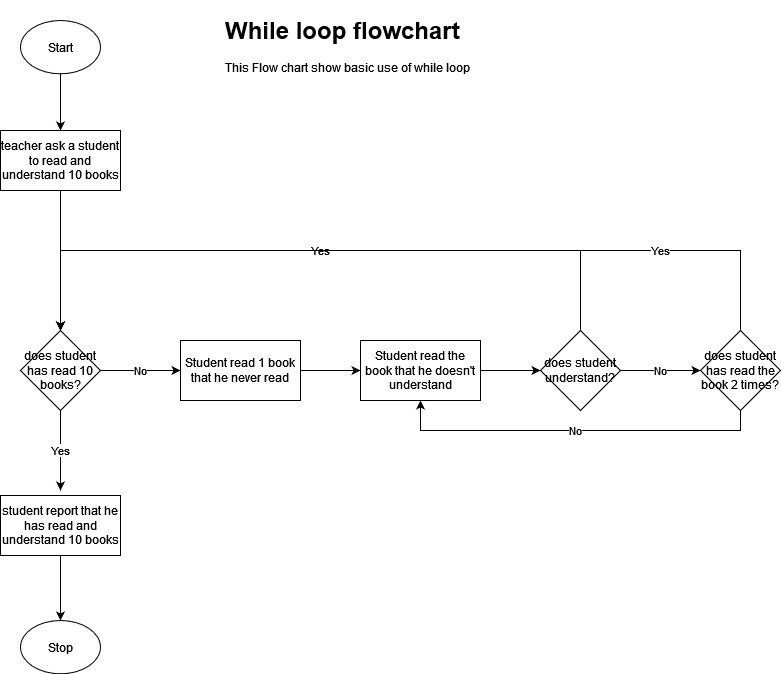
Earlier version of the draw.io export while loop flowchart.png (HaritsAcheiz/python_fundamental). Source tidied: cells renumbered, new cells last; positions are measured from the earlier drawing's top-left corner, leaving out a move shared by most shapes. Source of this version:
```xml
<mxGraphModel>
  <root>
    <mxCell id="0" />
    <mxCell id="1" parent="0" />
    <mxCell id="2" style="edgeStyle=orthogonalEdgeStyle;rounded=0;jettySize=auto;html=1;" parent="1" edge="1" source="3" target="5">
      <mxGeometry relative="1" as="geometry" />
    </mxCell>
    <mxCell id="3" value="Start" style="ellipse;whiteSpace=wrap;html=1;" parent="1" vertex="1">
      <mxGeometry x="20" y="10" width="80" height="53.3" as="geometry" />
    </mxCell>
    <mxCell id="4" style="edgeStyle=none;rounded=0;jettySize=auto;html=1;exitX=0.5;exitY=1;exitDx=0;exitDy=0;entryX=0.5;entryY=0;entryDx=0;entryDy=0;" parent="1" edge="1" source="5" target="8">
      <mxGeometry relative="1" as="geometry" />
    </mxCell>
    <mxCell id="5" value="teacher ask a student to read and understand 10 books" style="rounded=0;whiteSpace=wrap;html=1;" parent="1" vertex="1">
      <mxGeometry y="120" width="120" height="60" as="geometry" />
    </mxCell>
    <mxCell id="6" value="No" style="edgeStyle=orthogonalEdgeStyle;rounded=0;jettySize=auto;html=1;" parent="1" edge="1" source="8" target="10">
      <mxGeometry relative="1" as="geometry" />
    </mxCell>
    <mxCell id="7" value="Yes" style="edgeStyle=none;rounded=0;jettySize=auto;html=1;" parent="1" edge="1" source="8">
      <mxGeometry relative="1" as="geometry">
        <mxPoint x="60" y="480" as="targetPoint" />
      </mxGeometry>
    </mxCell>
    <mxCell id="8" value="does student has read 10 books?" style="rhombus;whiteSpace=wrap;html=1;" parent="1" vertex="1">
      <mxGeometry x="20" y="320" width="80" height="80" as="geometry" />
    </mxCell>
    <mxCell id="9" style="edgeStyle=orthogonalEdgeStyle;rounded=0;jettySize=auto;html=1;" parent="1" edge="1" source="10" target="22">
      <mxGeometry relative="1" as="geometry" />
    </mxCell>
    <mxCell id="10" value="Student read 1 book that he never read" style="rounded=0;whiteSpace=wrap;html=1;" parent="1" vertex="1">
      <mxGeometry x="180" y="330" width="120" height="60" as="geometry" />
    </mxCell>
    <mxCell id="11" style="edgeStyle=orthogonalEdgeStyle;rounded=0;jettySize=auto;html=1;" parent="1" edge="1" source="12" target="17">
      <mxGeometry relative="1" as="geometry" />
    </mxCell>
    <mxCell id="12" value="student report that he has read and understand 10 books" style="rounded=0;whiteSpace=wrap;html=1;" parent="1" vertex="1">
      <mxGeometry y="485" width="120" height="60" as="geometry" />
    </mxCell>
    <mxCell id="13" value="Yes" style="edgeStyle=orthogonalEdgeStyle;rounded=0;jettySize=auto;html=1;exitX=0.5;exitY=0;exitDx=0;exitDy=0;entryX=0.5;entryY=0;entryDx=0;entryDy=0;" parent="1" edge="1" source="15" target="8">
      <mxGeometry relative="1" as="geometry">
        <Array as="points">
          <mxPoint x="580" y="240" />
          <mxPoint x="60" y="240" />
        </Array>
      </mxGeometry>
    </mxCell>
    <mxCell id="14" value="No" style="edgeStyle=orthogonalEdgeStyle;rounded=0;jettySize=auto;html=1;" parent="1" edge="1" source="15" target="20">
      <mxGeometry relative="1" as="geometry" />
    </mxCell>
    <mxCell id="15" value="does student understand?" style="rhombus;whiteSpace=wrap;html=1;" parent="1" vertex="1">
      <mxGeometry x="540" y="320" width="80" height="80" as="geometry" />
    </mxCell>
    <mxCell id="16" value="&lt;h1&gt;While loop flowchart&lt;br&gt;&lt;/h1&gt;&lt;p&gt;This Flow chart show basic use of while loop&lt;br&gt;&lt;/p&gt;" style="text;html=1;strokeColor=none;fillColor=none;spacing=5;spacingTop=-20;whiteSpace=wrap;overflow=hidden;rounded=0;" parent="1" vertex="1">
      <mxGeometry x="220" width="480" height="120" as="geometry" />
    </mxCell>
    <mxCell id="17" value="Stop" style="ellipse;whiteSpace=wrap;html=1;" parent="1" vertex="1">
      <mxGeometry x="20" y="610" width="80" height="53.3" as="geometry" />
    </mxCell>
    <mxCell id="18" value="Yes" style="edgeStyle=orthogonalEdgeStyle;rounded=0;jettySize=auto;html=1;exitX=0.5;exitY=0;exitDx=0;exitDy=0;entryX=0.5;entryY=0;entryDx=0;entryDy=0;" parent="1" edge="1" source="20" target="8">
      <mxGeometry x="-0.62" relative="1" as="geometry">
        <Array as="points">
          <mxPoint x="740" y="240" />
          <mxPoint x="60" y="240" />
        </Array>
      </mxGeometry>
    </mxCell>
    <mxCell id="19" value="No" style="edgeStyle=orthogonalEdgeStyle;rounded=0;jettySize=auto;html=1;exitX=0.5;exitY=1;exitDx=0;exitDy=0;entryX=0.5;entryY=1;entryDx=0;entryDy=0;" parent="1" edge="1" source="20" target="22">
      <mxGeometry relative="1" as="geometry" />
    </mxCell>
    <mxCell id="20" value="does student has read the book 2 times?" style="rhombus;whiteSpace=wrap;html=1;" parent="1" vertex="1">
      <mxGeometry x="700" y="320" width="80" height="80" as="geometry" />
    </mxCell>
    <mxCell id="21" style="edgeStyle=orthogonalEdgeStyle;rounded=0;jettySize=auto;html=1;" parent="1" edge="1" source="22" target="15">
      <mxGeometry relative="1" as="geometry" />
    </mxCell>
    <mxCell id="22" value="Student read the book that he doesn't understand" style="rounded=0;whiteSpace=wrap;html=1;" parent="1" vertex="1">
      <mxGeometry x="360" y="330" width="120" height="60" as="geometry" />
    </mxCell>
  </root>
</mxGraphModel>
```
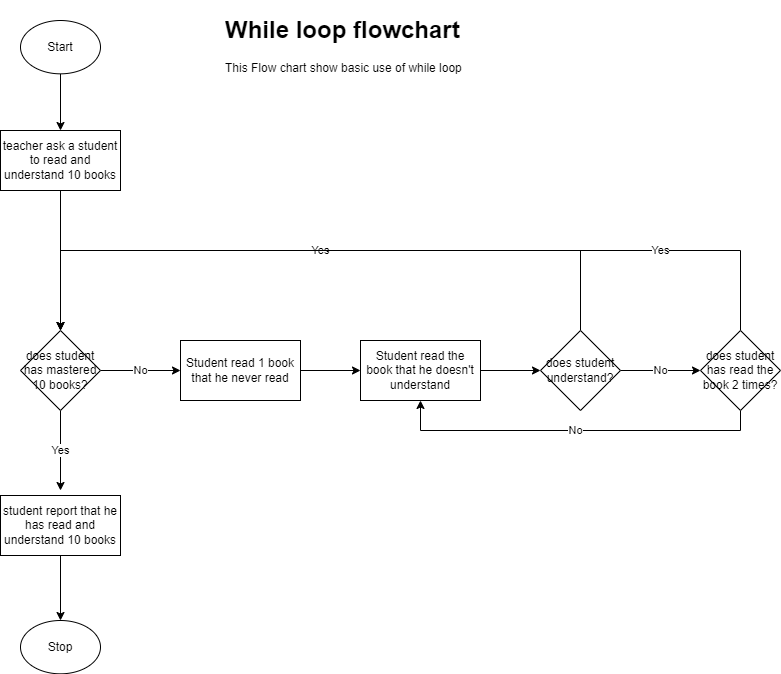
Above is the later version.

Commit message:
change while loop flow chart and initial commit while looping.py

What changed in the source:
```diff
@@ -22,7 +22,7 @@
         <mxPoint x="60" y="480" as="targetPoint" />
       </mxGeometry>
     </mxCell>
-    <mxCell id="8" value="does student has read 10 books?" style="rhombus;whiteSpace=wrap;html=1;" parent="1" vertex="1">
+    <mxCell id="8" value="does student has mastered 10 books?" style="rhombus;whiteSpace=wrap;html=1;" parent="1" vertex="1">
       <mxGeometry x="20" y="320" width="80" height="80" as="geometry" />
     </mxCell>
     <mxCell id="9" style="edgeStyle=orthogonalEdgeStyle;rounded=0;jettySize=auto;html=1;" parent="1" edge="1" source="10" target="22">
```
